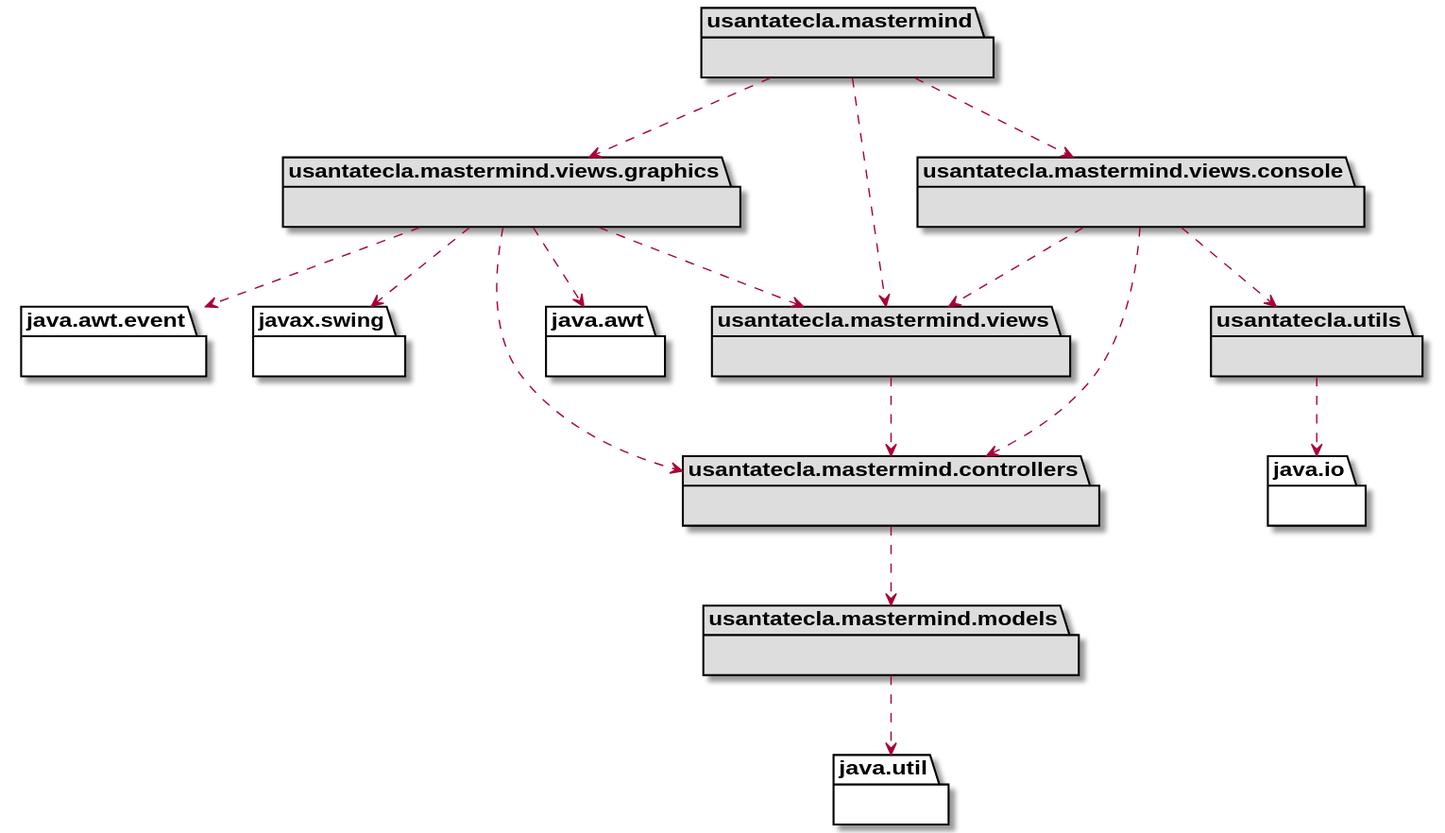
Before: modelViewPresenter/presentationModel/basic/docs/diagrams/out/arquitectura/arquitectura.svg, a diagram exported from PlantUML (SantaTecla-mastermind/solution.java.swing.socket.sql).
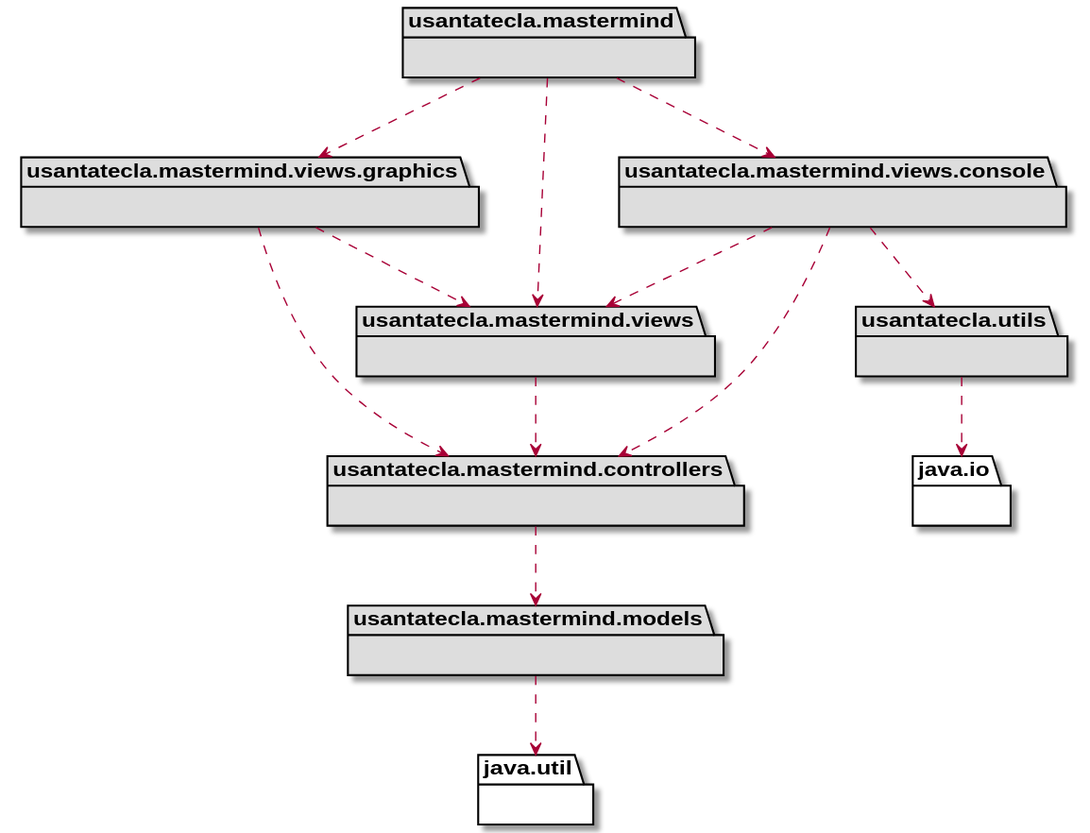
After the commit.

Diff of the diagram source:
```diff
@@ -15,13 +15,9 @@
 package usantatecla.mastermind.views #DDDDDD { }
 
 package usantatecla.mastermind.views.graphics #DDDDDD { }
-package java.awt{ }
-usantatecla.mastermind.views.graphics .down.> java.awt
-package java.awt.event{ }
-usantatecla.mastermind.views.graphics .down.> java.awt.event
+
 usantatecla.mastermind.views.graphics .down.> usantatecla.mastermind.views
-package javax.swing{ }
-usantatecla.mastermind.views.graphics .down.> javax.swing
+
 
 package usantatecla.mastermind.views.console #DDDDDD { }
 usantatecla.mastermind.views.console .down.> usantatecla.mastermind.views
```
